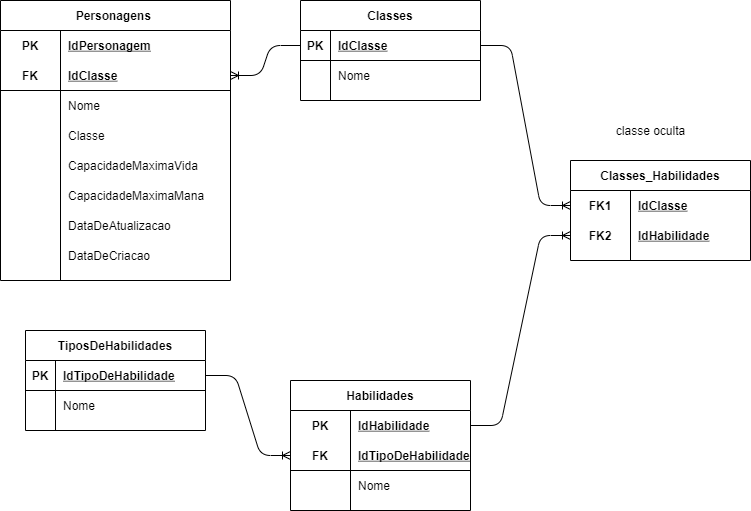
This is Desafios/SENAI_HROADS_MANHA/SENAI_HROADS_MANHA-Logico.png from enzzo-dev/senai_2termo_bd, a draw.io export, as it was before one commit. Source tidied: cells renumbered, new cells last; positions are measured from the earlier drawing's top-left corner, leaving out a move shared by most shapes. The source it was exported from:
```xml
<mxGraphModel>
  <root>
    <mxCell id="0" />
    <mxCell id="1" parent="0" />
    <mxCell id="2" value="Personagens " style="shape=table;startSize=30;rowLines=0;fontStyle=1;align=center;" parent="1" vertex="1">
      <mxGeometry width="230" height="280" as="geometry" />
    </mxCell>
    <mxCell id="3" style="shape=partialRectangle;fillColor=none;top=0;left=0;bottom=0;right=0;" parent="2" vertex="1">
      <mxGeometry y="30" width="230" height="30" as="geometry" />
    </mxCell>
    <mxCell id="4" value="PK" style="shape=partialRectangle;fillColor=none;top=0;left=0;bottom=0;right=0;fontStyle=1;overflow=hidden;" parent="3" vertex="1">
      <mxGeometry width="60" height="30" as="geometry" />
    </mxCell>
    <mxCell id="5" value="IdPersonagem" style="shape=partialRectangle;fillColor=none;top=0;left=0;bottom=0;right=0;align=left;spacingLeft=6;fontStyle=5;overflow=hidden;" parent="3" vertex="1">
      <mxGeometry x="60" width="170" height="30" as="geometry" />
    </mxCell>
    <mxCell id="6" style="shape=partialRectangle;fillColor=none;top=0;left=0;bottom=1;right=0;points=[[0,0.5],[1,0.5]];portConstraint=eastwest;" parent="2" vertex="1">
      <mxGeometry y="60" width="230" height="30" as="geometry" />
    </mxCell>
    <mxCell id="7" value="FK" style="shape=partialRectangle;fillColor=none;top=0;left=0;bottom=0;right=0;fontStyle=1;overflow=hidden;" parent="6" vertex="1">
      <mxGeometry width="60" height="30" as="geometry" />
    </mxCell>
    <mxCell id="8" value="IdClasse" style="shape=partialRectangle;fillColor=none;top=0;left=0;bottom=0;right=0;align=left;spacingLeft=6;fontStyle=5;overflow=hidden;" parent="6" vertex="1">
      <mxGeometry x="60" width="170" height="30" as="geometry" />
    </mxCell>
    <mxCell id="9" style="shape=partialRectangle;fillColor=none;top=0;left=0;bottom=0;right=0;" parent="2" vertex="1">
      <mxGeometry y="90" width="230" height="30" as="geometry" />
    </mxCell>
    <mxCell id="10" style="shape=partialRectangle;fillColor=none;top=0;left=0;bottom=0;right=0;overflow=hidden;" parent="9" vertex="1">
      <mxGeometry width="60" height="30" as="geometry" />
    </mxCell>
    <mxCell id="11" value="Nome" style="shape=partialRectangle;fillColor=none;top=0;left=0;bottom=0;right=0;align=left;spacingLeft=6;overflow=hidden;" parent="9" vertex="1">
      <mxGeometry x="60" width="170" height="30" as="geometry" />
    </mxCell>
    <mxCell id="12" style="shape=partialRectangle;fillColor=none;top=0;left=0;bottom=0;right=0;" parent="2" vertex="1">
      <mxGeometry y="120" width="230" height="30" as="geometry" />
    </mxCell>
    <mxCell id="13" style="shape=partialRectangle;fillColor=none;top=0;left=0;bottom=0;right=0;overflow=hidden;" parent="12" vertex="1">
      <mxGeometry width="60" height="30" as="geometry" />
    </mxCell>
    <mxCell id="14" value="Classe" style="shape=partialRectangle;fillColor=none;top=0;left=0;bottom=0;right=0;align=left;spacingLeft=6;overflow=hidden;" parent="12" vertex="1">
      <mxGeometry x="60" width="170" height="30" as="geometry" />
    </mxCell>
    <mxCell id="15" style="shape=partialRectangle;fillColor=none;top=0;left=0;bottom=0;right=0;" parent="2" vertex="1">
      <mxGeometry y="150" width="230" height="30" as="geometry" />
    </mxCell>
    <mxCell id="16" style="shape=partialRectangle;fillColor=none;top=0;left=0;bottom=0;right=0;overflow=hidden;" parent="15" vertex="1">
      <mxGeometry width="60" height="30" as="geometry" />
    </mxCell>
    <mxCell id="17" value="CapacidadeMaximaVida" style="shape=partialRectangle;fillColor=none;top=0;left=0;bottom=0;right=0;align=left;spacingLeft=6;overflow=hidden;" parent="15" vertex="1">
      <mxGeometry x="60" width="170" height="30" as="geometry" />
    </mxCell>
    <mxCell id="18" style="shape=partialRectangle;fillColor=none;top=0;left=0;bottom=0;right=0;" parent="2" vertex="1">
      <mxGeometry y="180" width="230" height="30" as="geometry" />
    </mxCell>
    <mxCell id="19" style="shape=partialRectangle;fillColor=none;top=0;left=0;bottom=0;right=0;overflow=hidden;" parent="18" vertex="1">
      <mxGeometry width="60" height="30" as="geometry" />
    </mxCell>
    <mxCell id="20" value="CapacidadeMaximaMana" style="shape=partialRectangle;fillColor=none;top=0;left=0;bottom=0;right=0;align=left;spacingLeft=6;overflow=hidden;" parent="18" vertex="1">
      <mxGeometry x="60" width="170" height="30" as="geometry" />
    </mxCell>
    <mxCell id="21" style="shape=partialRectangle;fillColor=none;top=0;left=0;bottom=0;right=0;" parent="2" vertex="1">
      <mxGeometry y="210" width="230" height="30" as="geometry" />
    </mxCell>
    <mxCell id="22" style="shape=partialRectangle;fillColor=none;top=0;left=0;bottom=0;right=0;overflow=hidden;" parent="21" vertex="1">
      <mxGeometry width="60" height="30" as="geometry" />
    </mxCell>
    <mxCell id="23" value="DataDeAtualizacao" style="shape=partialRectangle;fillColor=none;top=0;left=0;bottom=0;right=0;align=left;spacingLeft=6;overflow=hidden;" parent="21" vertex="1">
      <mxGeometry x="60" width="170" height="30" as="geometry" />
    </mxCell>
    <mxCell id="24" style="shape=partialRectangle;fillColor=none;top=0;left=0;bottom=0;right=0;" parent="2" vertex="1">
      <mxGeometry y="240" width="230" height="30" as="geometry" />
    </mxCell>
    <mxCell id="25" style="shape=partialRectangle;fillColor=none;top=0;left=0;bottom=0;right=0;overflow=hidden;" parent="24" vertex="1">
      <mxGeometry width="60" height="30" as="geometry" />
    </mxCell>
    <mxCell id="26" value="DataDeCriacao" style="shape=partialRectangle;fillColor=none;top=0;left=0;bottom=0;right=0;align=left;spacingLeft=6;overflow=hidden;" parent="24" vertex="1">
      <mxGeometry x="60" width="170" height="30" as="geometry" />
    </mxCell>
    <mxCell id="27" value="Classes" style="shape=table;startSize=30;rowLines=0;fontStyle=1;align=center;" parent="1" vertex="1">
      <mxGeometry x="300" width="180" height="100" as="geometry" />
    </mxCell>
    <mxCell id="28" style="shape=partialRectangle;fillColor=none;top=0;left=0;bottom=1;right=0;points=[[0,0.5],[1,0.5]];portConstraint=eastwest;" parent="27" vertex="1">
      <mxGeometry y="30" width="180" height="30" as="geometry" />
    </mxCell>
    <mxCell id="29" value="PK" style="shape=partialRectangle;fillColor=none;top=0;left=0;bottom=0;right=0;fontStyle=1;overflow=hidden;" parent="28" vertex="1">
      <mxGeometry width="30" height="30" as="geometry" />
    </mxCell>
    <mxCell id="30" value="IdClasse" style="shape=partialRectangle;fillColor=none;top=0;left=0;bottom=0;right=0;align=left;spacingLeft=6;fontStyle=5;overflow=hidden;" parent="28" vertex="1">
      <mxGeometry x="30" width="150" height="30" as="geometry" />
    </mxCell>
    <mxCell id="31" style="shape=partialRectangle;fillColor=none;top=0;left=0;bottom=0;right=0;" parent="27" vertex="1">
      <mxGeometry y="60" width="180" height="30" as="geometry" />
    </mxCell>
    <mxCell id="32" style="shape=partialRectangle;fillColor=none;top=0;left=0;bottom=0;right=0;overflow=hidden;" parent="31" vertex="1">
      <mxGeometry width="30" height="30" as="geometry" />
    </mxCell>
    <mxCell id="33" value="Nome" style="shape=partialRectangle;fillColor=none;top=0;left=0;bottom=0;right=0;align=left;spacingLeft=6;overflow=hidden;" parent="31" vertex="1">
      <mxGeometry x="30" width="150" height="30" as="geometry" />
    </mxCell>
    <mxCell id="34" value="Habilidades" style="shape=table;startSize=30;rowLines=0;fontStyle=1;align=center;" parent="1" vertex="1">
      <mxGeometry x="290" y="380" width="180" height="130" as="geometry" />
    </mxCell>
    <mxCell id="35" style="shape=partialRectangle;fillColor=none;top=0;left=0;bottom=0;right=0;points=[[0,0.5],[1,0.5]];portConstraint=eastwest;" parent="34" vertex="1">
      <mxGeometry y="30" width="180" height="30" as="geometry" />
    </mxCell>
    <mxCell id="36" value="PK" style="shape=partialRectangle;fillColor=none;top=0;left=0;bottom=0;right=0;fontStyle=1;overflow=hidden;" parent="35" vertex="1">
      <mxGeometry width="60" height="30" as="geometry" />
    </mxCell>
    <mxCell id="37" value="IdHabilidade" style="shape=partialRectangle;fillColor=none;top=0;left=0;bottom=0;right=0;align=left;spacingLeft=6;fontStyle=5;overflow=hidden;" parent="35" vertex="1">
      <mxGeometry x="60" width="120" height="30" as="geometry" />
    </mxCell>
    <mxCell id="38" style="shape=partialRectangle;fillColor=none;top=0;left=0;bottom=1;right=0;points=[[0,0.5],[1,0.5]];portConstraint=eastwest;" parent="34" vertex="1">
      <mxGeometry y="60" width="180" height="30" as="geometry" />
    </mxCell>
    <mxCell id="39" value="FK" style="shape=partialRectangle;fillColor=none;top=0;left=0;bottom=0;right=0;fontStyle=1;overflow=hidden;" parent="38" vertex="1">
      <mxGeometry width="60" height="30" as="geometry" />
    </mxCell>
    <mxCell id="40" value="IdTipoDeHabilidade" style="shape=partialRectangle;fillColor=none;top=0;left=0;bottom=0;right=0;align=left;spacingLeft=6;fontStyle=5;overflow=hidden;" parent="38" vertex="1">
      <mxGeometry x="60" width="120" height="30" as="geometry" />
    </mxCell>
    <mxCell id="41" style="shape=partialRectangle;fillColor=none;top=0;left=0;bottom=0;right=0;" parent="34" vertex="1">
      <mxGeometry y="90" width="180" height="30" as="geometry" />
    </mxCell>
    <mxCell id="42" style="shape=partialRectangle;fillColor=none;top=0;left=0;bottom=0;right=0;overflow=hidden;" parent="41" vertex="1">
      <mxGeometry width="60" height="30" as="geometry" />
    </mxCell>
    <mxCell id="43" value="Nome" style="shape=partialRectangle;fillColor=none;top=0;left=0;bottom=0;right=0;align=left;spacingLeft=6;overflow=hidden;" parent="41" vertex="1">
      <mxGeometry x="60" width="120" height="30" as="geometry" />
    </mxCell>
    <mxCell id="44" value="TiposDeHabilidades" style="shape=table;startSize=30;rowLines=0;fontStyle=1;align=center;" parent="1" vertex="1">
      <mxGeometry x="25" y="330" width="180" height="100" as="geometry" />
    </mxCell>
    <mxCell id="45" style="shape=partialRectangle;fillColor=none;top=0;left=0;bottom=1;right=0;points=[[0,0.5],[1,0.5]];portConstraint=eastwest;" parent="44" vertex="1">
      <mxGeometry y="30" width="180" height="30" as="geometry" />
    </mxCell>
    <mxCell id="46" value="PK" style="shape=partialRectangle;fillColor=none;top=0;left=0;bottom=0;right=0;fontStyle=1;overflow=hidden;" parent="45" vertex="1">
      <mxGeometry width="30" height="30" as="geometry" />
    </mxCell>
    <mxCell id="47" value="IdTipoDeHabilidade" style="shape=partialRectangle;fillColor=none;top=0;left=0;bottom=0;right=0;align=left;spacingLeft=6;fontStyle=5;overflow=hidden;" parent="45" vertex="1">
      <mxGeometry x="30" width="150" height="30" as="geometry" />
    </mxCell>
    <mxCell id="48" style="shape=partialRectangle;fillColor=none;top=0;left=0;bottom=0;right=0;" parent="44" vertex="1">
      <mxGeometry y="60" width="180" height="30" as="geometry" />
    </mxCell>
    <mxCell id="49" style="shape=partialRectangle;fillColor=none;top=0;left=0;bottom=0;right=0;overflow=hidden;" parent="48" vertex="1">
      <mxGeometry width="30" height="30" as="geometry" />
    </mxCell>
    <mxCell id="50" value="Nome" style="shape=partialRectangle;fillColor=none;top=0;left=0;bottom=0;right=0;align=left;spacingLeft=6;overflow=hidden;" parent="48" vertex="1">
      <mxGeometry x="30" width="150" height="30" as="geometry" />
    </mxCell>
    <mxCell id="51" style="edgeStyle=entityRelationEdgeStyle;fontSize=12;html=1;endArrow=ERoneToMany;exitX=0;exitY=0.5;exitDx=0;exitDy=0;entryX=1;entryY=0.5;entryDx=0;entryDy=0;" parent="1" edge="1" source="28" target="6">
      <mxGeometry relative="1" as="geometry" />
    </mxCell>
    <mxCell id="52" style="edgeStyle=entityRelationEdgeStyle;fontSize=12;html=1;endArrow=ERoneToMany;exitX=1;exitY=0.5;exitDx=0;exitDy=0;entryX=0;entryY=0.5;entryDx=0;entryDy=0;" parent="1" edge="1" source="45" target="38">
      <mxGeometry relative="1" as="geometry" />
    </mxCell>
    <mxCell id="53" value="Classes_Habilidades" style="shape=table;startSize=30;rowLines=0;fontStyle=1;align=center;" parent="1" vertex="1">
      <mxGeometry x="570" y="160" width="180" height="100" as="geometry" />
    </mxCell>
    <mxCell id="54" style="shape=partialRectangle;fillColor=none;top=0;left=0;bottom=0;right=0;points=[[0,0.5],[1,0.5]];portConstraint=eastwest;" parent="53" vertex="1">
      <mxGeometry y="30" width="180" height="30" as="geometry" />
    </mxCell>
    <mxCell id="55" value="FK1" style="shape=partialRectangle;fillColor=none;top=0;left=0;bottom=0;right=0;fontStyle=1;overflow=hidden;" parent="54" vertex="1">
      <mxGeometry width="60" height="30" as="geometry" />
    </mxCell>
    <mxCell id="56" value="IdClasse" style="shape=partialRectangle;fillColor=none;top=0;left=0;bottom=0;right=0;align=left;spacingLeft=6;fontStyle=5;overflow=hidden;" parent="54" vertex="1">
      <mxGeometry x="60" width="120" height="30" as="geometry" />
    </mxCell>
    <mxCell id="57" style="shape=partialRectangle;fillColor=none;top=0;left=0;bottom=0;right=0;points=[[0,0.5],[1,0.5]];portConstraint=eastwest;" parent="53" vertex="1">
      <mxGeometry y="60" width="180" height="30" as="geometry" />
    </mxCell>
    <mxCell id="58" value="FK2" style="shape=partialRectangle;fillColor=none;top=0;left=0;bottom=0;right=0;fontStyle=1;overflow=hidden;" parent="57" vertex="1">
      <mxGeometry width="60" height="30" as="geometry" />
    </mxCell>
    <mxCell id="59" value="IdHabilidade" style="shape=partialRectangle;fillColor=none;top=0;left=0;bottom=0;right=0;align=left;spacingLeft=6;fontStyle=5;overflow=hidden;" parent="57" vertex="1">
      <mxGeometry x="60" width="120" height="30" as="geometry" />
    </mxCell>
    <mxCell id="60" style="edgeStyle=entityRelationEdgeStyle;fontSize=12;html=1;endArrow=ERoneToMany;exitX=1;exitY=0.5;exitDx=0;exitDy=0;entryX=0;entryY=0.5;entryDx=0;entryDy=0;" parent="1" edge="1" source="28" target="54">
      <mxGeometry relative="1" as="geometry" />
    </mxCell>
    <mxCell id="61" style="edgeStyle=entityRelationEdgeStyle;fontSize=12;html=1;endArrow=ERoneToMany;exitX=1;exitY=0.5;exitDx=0;exitDy=0;entryX=0;entryY=0.5;entryDx=0;entryDy=0;" parent="1" edge="1" source="35" target="57">
      <mxGeometry relative="1" as="geometry" />
    </mxCell>
    <mxCell id="62" value="classe oculta" style="text;html=1;align=center;verticalAlign=middle;" parent="1" vertex="1">
      <mxGeometry x="610" y="120" width="80" height="20" as="geometry" />
    </mxCell>
  </root>
</mxGraphModel>
```
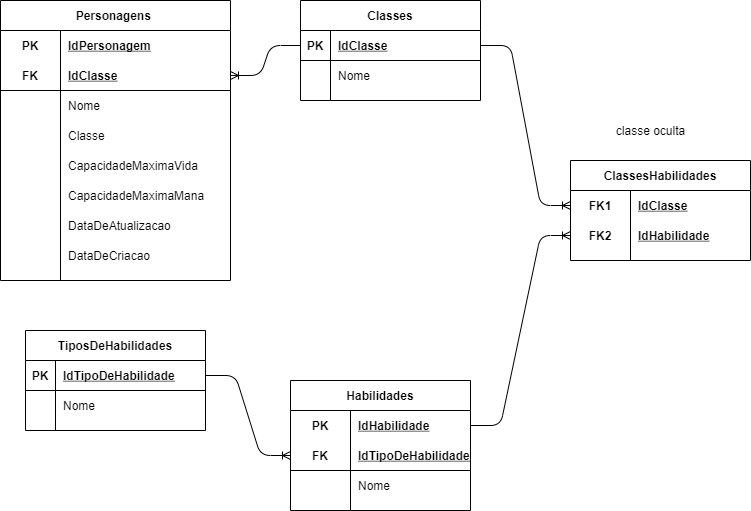
The same file after the commit.

Diff of the diagram source:
```diff
@@ -155,7 +155,7 @@
     <mxCell id="52" style="edgeStyle=entityRelationEdgeStyle;fontSize=12;html=1;endArrow=ERoneToMany;exitX=1;exitY=0.5;exitDx=0;exitDy=0;entryX=0;entryY=0.5;entryDx=0;entryDy=0;" parent="1" edge="1" source="45" target="38">
       <mxGeometry relative="1" as="geometry" />
     </mxCell>
-    <mxCell id="53" value="Classes_Habilidades" style="shape=table;startSize=30;rowLines=0;fontStyle=1;align=center;" parent="1" vertex="1">
+    <mxCell id="53" value="ClassesHabilidades" style="shape=table;startSize=30;rowLines=0;fontStyle=1;align=center;" parent="1" vertex="1">
       <mxGeometry x="570" y="160" width="180" height="100" as="geometry" />
     </mxCell>
     <mxCell id="54" style="shape=partialRectangle;fillColor=none;top=0;left=0;bottom=0;right=0;points=[[0,0.5],[1,0.5]];portConstraint=eastwest;" parent="53" vertex="1">
```
